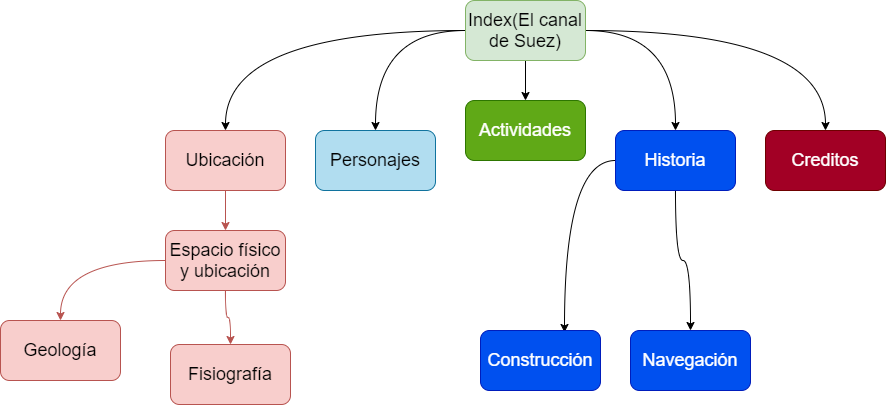
Earlier version of the draw.io export imagenes/Navmap.png (josanchezva/GraficaInteractiva). Source tidied: cells renumbered, new cells last; positions are measured from the earlier drawing's top-left corner, leaving out a move shared by most shapes.
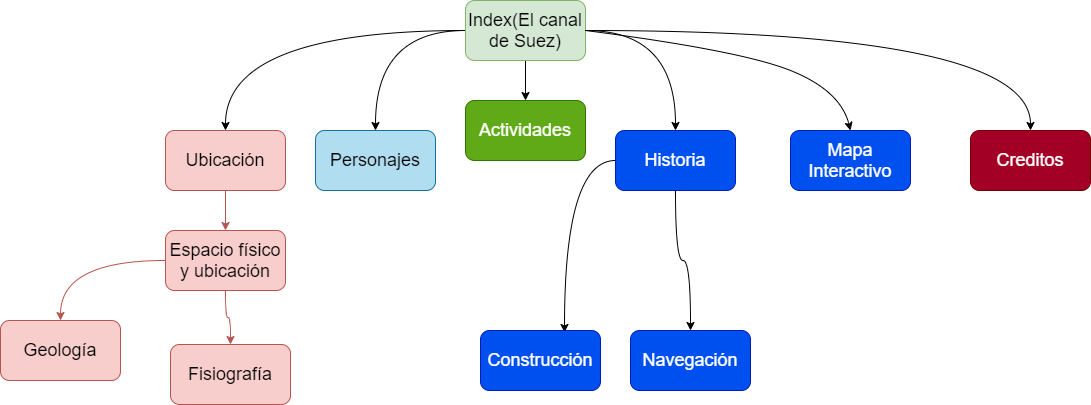
The same diagram one commit later.

Change to the diagram source:
```diff
@@ -42,7 +42,7 @@
       <mxGeometry x="615" y="130" width="120" height="60" as="geometry" />
     </mxCell>
     <mxCell id="15" value="Creditos" style="whiteSpace=wrap;html=1;rounded=1;fillColor=#a20025;strokeColor=#6F0000;fontColor=#ffffff;fontSize=18;" parent="1" vertex="1">
-      <mxGeometry x="765" y="130" width="120" height="60" as="geometry" />
+      <mxGeometry x="970" y="130" width="120" height="60" as="geometry" />
     </mxCell>
     <mxCell id="16" style="edgeStyle=orthogonalEdgeStyle;curved=1;rounded=0;jettySize=auto;html=1;fillColor=#f8cecc;strokeColor=#b85450;fontSize=18;" parent="1" edge="1" source="18" target="19">
       <mxGeometry relative="1" as="geometry" />
@@ -65,5 +65,16 @@
     <mxCell id="22" value="Navegación" style="rounded=1;whiteSpace=wrap;html=1;fillColor=#0050ef;strokeColor=#001DBC;fontColor=#ffffff;fontSize=18;" parent="1" vertex="1">
       <mxGeometry x="630" y="330" width="120" height="60" as="geometry" />
     </mxCell>
+    <mxCell id="23" value="Mapa Interactivo" style="whiteSpace=wrap;html=1;rounded=1;fillColor=#0050ef;strokeColor=#001DBC;fontColor=#ffffff;fontSize=18;" parent="1" vertex="1">
+      <mxGeometry x="790" y="130" width="120" height="60" as="geometry" />
+    </mxCell>
+    <mxCell id="24" style="curved=1;endArrow=classic;html=1;exitX=1;exitY=0.5;exitDx=0;exitDy=0;entryX=0.5;entryY=0;entryDx=0;entryDy=0;" parent="1" edge="1" source="7" target="23">
+      <mxGeometry relative="1" as="geometry">
+        <Array as="points">
+          <mxPoint x="740" y="50" />
+          <mxPoint x="840" y="90" />
+        </Array>
+      </mxGeometry>
+    </mxCell>
   </root>
 </mxGraphModel>
```
